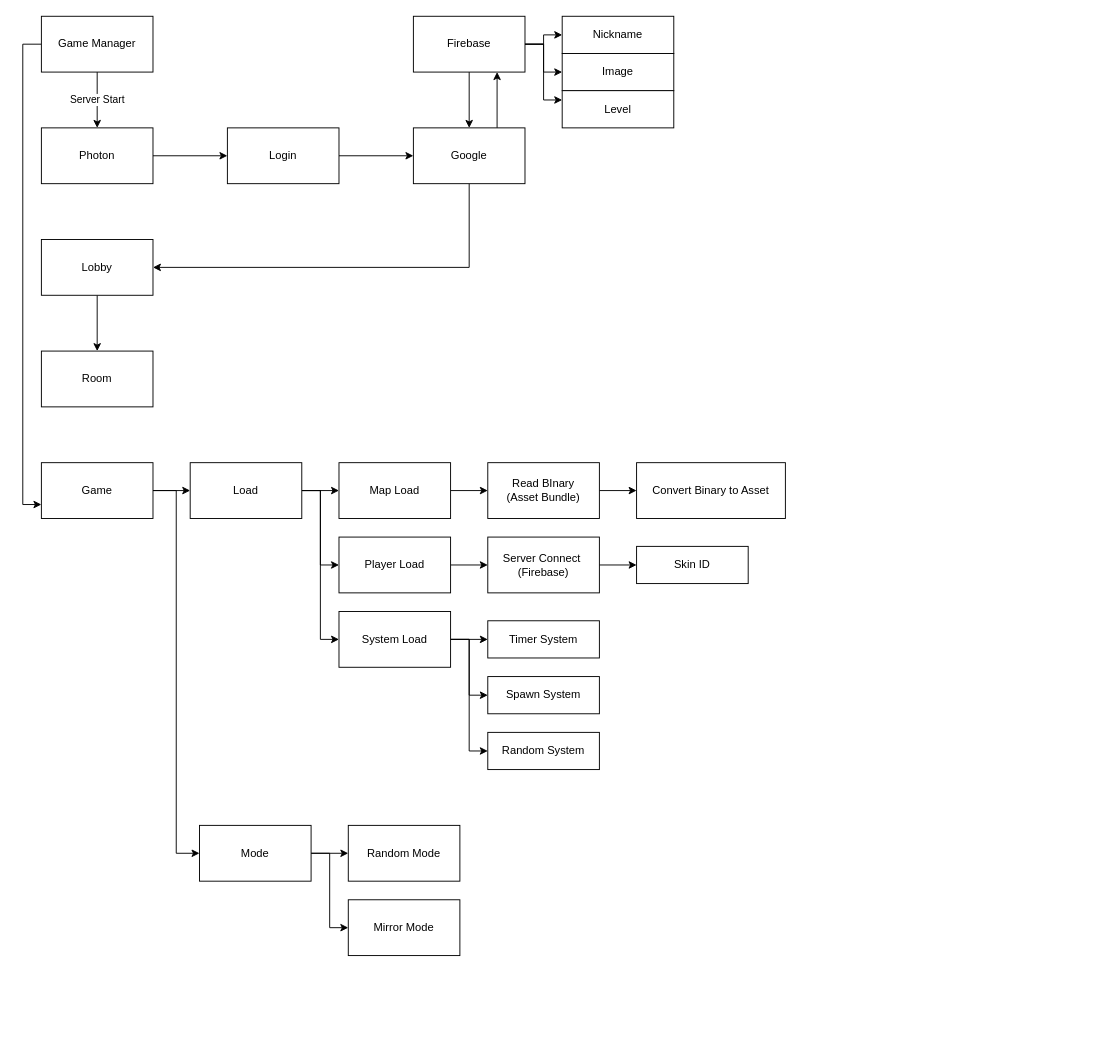
Earlier version of the draw.io diagram Lion.drawio (icepecter/FusionSlave). Source tidied: cells renumbered, new cells numbered last; positions are measured from the earlier drawing's top-left corner, leaving out a move shared by most shapes. Both pictures are drawn from the tidied source at 93%, with x=0, y=0 at pixel (41, 16).
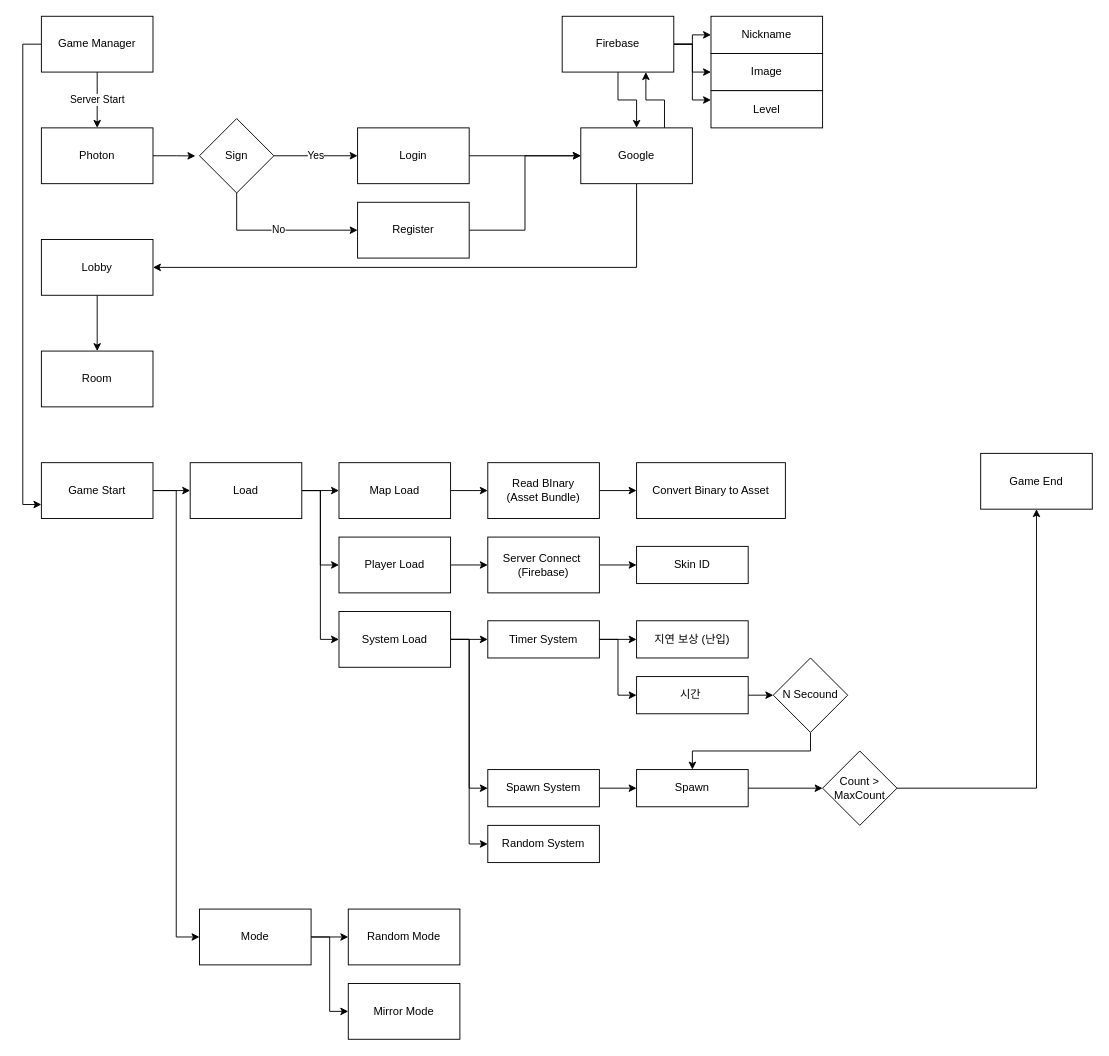
The same page after the edit.

Unchanged cells that the change refers to:
```xml
<mxCell id="6" value="Photon" style="rounded=0;whiteSpace=wrap;html=1;" parent="1" vertex="1">
  <mxGeometry y="120" width="120" height="60" as="geometry" />
</mxCell>
<mxCell id="49" value="Timer System" style="rounded=0;whiteSpace=wrap;html=1;" parent="1" vertex="1">
  <mxGeometry x="480" y="650" width="120" height="40" as="geometry" />
</mxCell>
```

The edit, as a diff of the source:
```diff
@@
-    <mxCell id="5" style="edgeStyle=orthogonalEdgeStyle;rounded=0;jettySize=auto;html=1;exitX=1;exitY=0.5;exitDx=0;exitDy=0;entryX=0;entryY=0.5;entryDx=0;entryDy=0;" parent="1" edge="1" source="6" target="8">
-      <mxGeometry relative="1" as="geometry" />
-    </mxCell>
+    <mxCell id="52" style="edgeStyle=orthogonalEdgeStyle;rounded=0;jettySize=auto;html=1;exitX=1;exitY=0.5;exitDx=0;exitDy=0;entryX=-0.055;entryY=0.502;entryDx=0;entryDy=0;entryPerimeter=0;" parent="1" edge="1" source="6" target="61">
+      <mxGeometry relative="1" as="geometry" />
+    </mxCell>
@@
     <mxCell id="8" value="Login" style="rounded=0;whiteSpace=wrap;html=1;" parent="1" vertex="1">
-      <mxGeometry x="200" y="120" width="120" height="60" as="geometry" />
+      <mxGeometry x="340" y="120" width="120" height="60" as="geometry" />
     </mxCell>
@@
     <mxCell id="11" value="Google" style="rounded=0;whiteSpace=wrap;html=1;" parent="1" vertex="1">
-      <mxGeometry x="400" y="120" width="120" height="60" as="geometry" />
+      <mxGeometry x="580" y="120" width="120" height="60" as="geometry" />
     </mxCell>
@@
     <mxCell id="16" value="Firebase" style="rounded=0;whiteSpace=wrap;html=1;" parent="1" vertex="1">
-      <mxGeometry x="400" width="120" height="60" as="geometry" />
+      <mxGeometry x="560" width="120" height="60" as="geometry" />
     </mxCell>
@@
-    <mxCell id="22" value="Game" style="rounded=0;whiteSpace=wrap;html=1;" parent="1" vertex="1">
+    <mxCell id="22" value="Game Start" style="rounded=0;whiteSpace=wrap;html=1;" parent="1" vertex="1">
       <mxGeometry y="480" width="120" height="60" as="geometry" />
     </mxCell>
@@
     <mxCell id="36" value="Nickname" style="rounded=0;whiteSpace=wrap;html=1;" parent="1" vertex="1">
-      <mxGeometry x="560" width="120" height="40" as="geometry" />
+      <mxGeometry x="720" width="120" height="40" as="geometry" />
     </mxCell>
     <mxCell id="37" value="Image" style="rounded=0;whiteSpace=wrap;html=1;" parent="1" vertex="1">
-      <mxGeometry x="560" y="40" width="120" height="40" as="geometry" />
+      <mxGeometry x="720" y="40" width="120" height="40" as="geometry" />
     </mxCell>
     <mxCell id="38" value="Level" style="rounded=0;whiteSpace=wrap;html=1;" parent="1" vertex="1">
-      <mxGeometry x="560" y="80" width="120" height="40" as="geometry" />
+      <mxGeometry x="720" y="80" width="120" height="40" as="geometry" />
     </mxCell>
@@
     <mxCell id="46" value="Mode" style="rounded=0;whiteSpace=wrap;html=1;" parent="1" vertex="1">
-      <mxGeometry x="170" y="870" width="120" height="60" as="geometry" />
+      <mxGeometry x="170" y="960" width="120" height="60" as="geometry" />
     </mxCell>
     <mxCell id="47" value="Random Mode" style="rounded=0;whiteSpace=wrap;html=1;" parent="1" vertex="1">
-      <mxGeometry x="330" y="870" width="120" height="60" as="geometry" />
+      <mxGeometry x="330" y="960" width="120" height="60" as="geometry" />
     </mxCell>
     <mxCell id="48" value="Mirror Mode" style="rounded=0;whiteSpace=wrap;html=1;" parent="1" vertex="1">
-      <mxGeometry x="330" y="950" width="120" height="60" as="geometry" />
+      <mxGeometry x="330" y="1040" width="120" height="60" as="geometry" />
     </mxCell>
+    <mxCell id="53" style="edgeStyle=orthogonalEdgeStyle;rounded=0;jettySize=auto;html=1;exitX=1;exitY=0.5;exitDx=0;exitDy=0;entryX=0;entryY=0.5;entryDx=0;entryDy=0;" parent="1" edge="1" source="49" target="56">
+      <mxGeometry relative="1" as="geometry" />
+    </mxCell>
+    <mxCell id="54" style="edgeStyle=orthogonalEdgeStyle;rounded=0;jettySize=auto;html=1;exitX=1;exitY=0.5;exitDx=0;exitDy=0;entryX=0;entryY=0.5;entryDx=0;entryDy=0;" parent="1" edge="1" source="49" target="58">
+      <mxGeometry relative="1" as="geometry" />
+    </mxCell>
@@
+    <mxCell id="55" style="edgeStyle=orthogonalEdgeStyle;rounded=0;jettySize=auto;html=1;exitX=1;exitY=0.5;exitDx=0;exitDy=0;entryX=0;entryY=0.5;entryDx=0;entryDy=0;" parent="1" edge="1" source="50" target="67">
+      <mxGeometry relative="1" as="geometry" />
+    </mxCell>
     <mxCell id="50" value="Spawn System" style="rounded=0;whiteSpace=wrap;html=1;" parent="1" vertex="1">
-      <mxGeometry x="480" y="710" width="120" height="40" as="geometry" />
+      <mxGeometry x="480" y="810" width="120" height="40" as="geometry" />
     </mxCell>
     <mxCell id="51" value="Random System" style="rounded=0;whiteSpace=wrap;html=1;" parent="1" vertex="1">
-      <mxGeometry x="480" y="770" width="120" height="40" as="geometry" />
+      <mxGeometry x="480" y="870" width="120" height="40" as="geometry" />
     </mxCell>
+    <mxCell id="56" value="지연 보상 (난입)" style="rounded=0;whiteSpace=wrap;html=1;" parent="1" vertex="1">
+      <mxGeometry x="640" y="650" width="120" height="40" as="geometry" />
+    </mxCell>
+    <mxCell id="57" style="edgeStyle=orthogonalEdgeStyle;rounded=0;jettySize=auto;html=1;exitX=1;exitY=0.5;exitDx=0;exitDy=0;entryX=0;entryY=0.5;entryDx=0;entryDy=0;" parent="1" edge="1" source="58" target="65">
+      <mxGeometry relative="1" as="geometry" />
+    </mxCell>
+    <mxCell id="58" value="시간&amp;nbsp;" style="rounded=0;whiteSpace=wrap;html=1;" parent="1" vertex="1">
+      <mxGeometry x="640" y="710" width="120" height="40" as="geometry" />
+    </mxCell>
+    <mxCell id="59" value="Yes" style="edgeStyle=orthogonalEdgeStyle;rounded=0;jettySize=auto;html=1;exitX=1;exitY=0.5;exitDx=0;exitDy=0;entryX=0;entryY=0.5;entryDx=0;entryDy=0;" parent="1" edge="1" source="61" target="8">
+      <mxGeometry relative="1" as="geometry" />
+    </mxCell>
+    <mxCell id="60" value="No" style="edgeStyle=orthogonalEdgeStyle;rounded=0;jettySize=auto;html=1;exitX=0.5;exitY=1;exitDx=0;exitDy=0;entryX=0;entryY=0.5;entryDx=0;entryDy=0;" parent="1" edge="1" source="61" target="63">
+      <mxGeometry relative="1" as="geometry" />
+    </mxCell>
+    <mxCell id="61" value="Sign" style="rhombus;whiteSpace=wrap;html=1;" parent="1" vertex="1">
+      <mxGeometry x="170" y="110" width="80" height="80" as="geometry" />
+    </mxCell>
+    <mxCell id="62" style="edgeStyle=orthogonalEdgeStyle;rounded=0;jettySize=auto;html=1;exitX=1;exitY=0.5;exitDx=0;exitDy=0;entryX=0;entryY=0.5;entryDx=0;entryDy=0;" parent="1" edge="1" source="63" target="11">
+      <mxGeometry relative="1" as="geometry" />
+    </mxCell>
+    <mxCell id="63" value="Register" style="rounded=0;whiteSpace=wrap;html=1;" parent="1" vertex="1">
+      <mxGeometry x="340" y="200" width="120" height="60" as="geometry" />
+    </mxCell>
+    <mxCell id="64" style="edgeStyle=orthogonalEdgeStyle;rounded=0;jettySize=auto;html=1;exitX=0.5;exitY=1;exitDx=0;exitDy=0;entryX=0.5;entryY=0;entryDx=0;entryDy=0;" parent="1" edge="1" source="65" target="67">
+      <mxGeometry relative="1" as="geometry" />
+    </mxCell>
+    <mxCell id="65" value="N Secound" style="rhombus;whiteSpace=wrap;html=1;" parent="1" vertex="1">
+      <mxGeometry x="787" y="690" width="80" height="80" as="geometry" />
+    </mxCell>
+    <mxCell id="66" style="edgeStyle=orthogonalEdgeStyle;rounded=0;jettySize=auto;html=1;exitX=1;exitY=0.5;exitDx=0;exitDy=0;" parent="1" edge="1" source="67" target="69">
+      <mxGeometry relative="1" as="geometry" />
+    </mxCell>
+    <mxCell id="67" value="Spawn" style="rounded=0;whiteSpace=wrap;html=1;" parent="1" vertex="1">
+      <mxGeometry x="640" y="810" width="120" height="40" as="geometry" />
+    </mxCell>
+    <mxCell id="68" style="edgeStyle=orthogonalEdgeStyle;rounded=0;jettySize=auto;html=1;exitX=1;exitY=0.5;exitDx=0;exitDy=0;entryX=0.5;entryY=1;entryDx=0;entryDy=0;" parent="1" edge="1" source="69" target="70">
+      <mxGeometry relative="1" as="geometry" />
+    </mxCell>
+    <mxCell id="69" value="Count &amp;gt; MaxCount" style="rhombus;whiteSpace=wrap;html=1;" parent="1" vertex="1">
+      <mxGeometry x="840" y="790" width="80" height="80" as="geometry" />
+    </mxCell>
+    <mxCell id="70" value="Game End" style="rounded=0;whiteSpace=wrap;html=1;" parent="1" vertex="1">
+      <mxGeometry x="1010" y="470" width="120" height="60" as="geometry" />
+    </mxCell>
```
